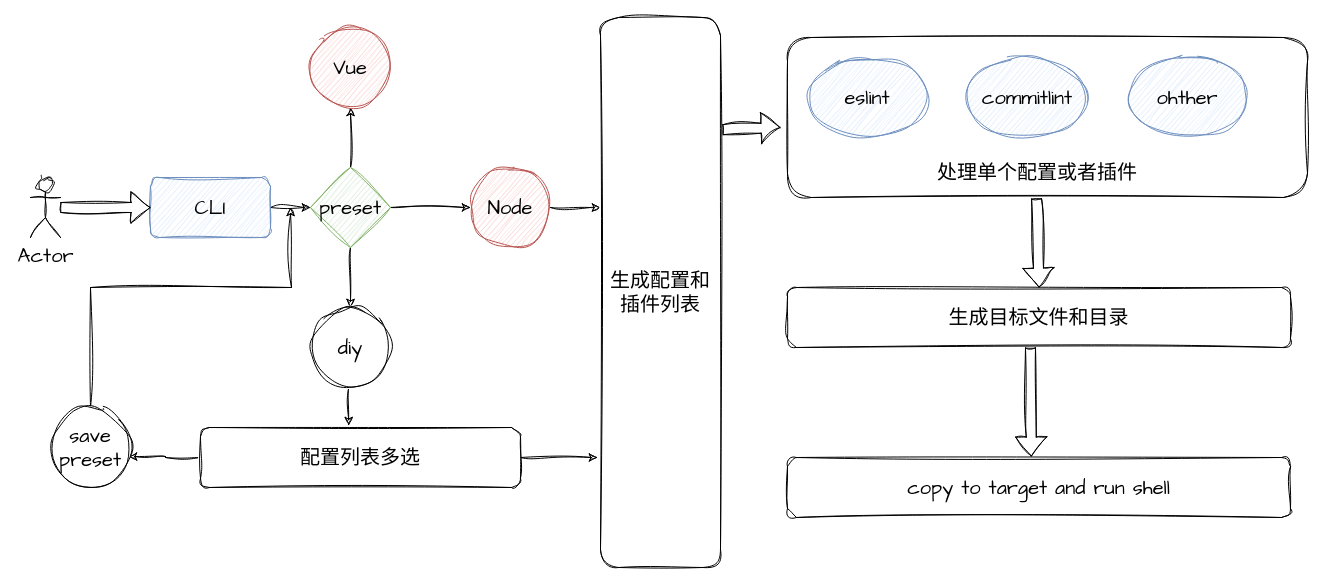
The draw.io diagram .drawio in cc-cherry/carry-cli, before the edit. Source tidied: cells renumbered, new cells numbered last; positions are measured from the earlier drawing's top-left corner, leaving out a move shared by most shapes. Both pictures are drawn from the tidied source at 100%, with x=0, y=0 at pixel (30, 17).
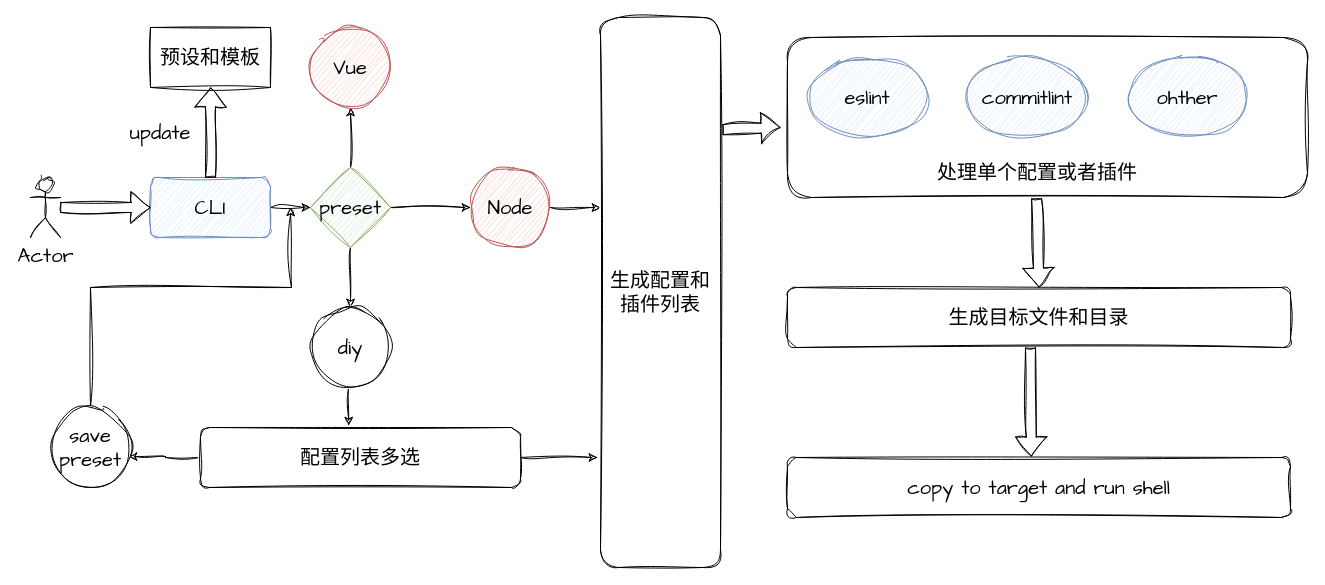
Above is the later version.

Unchanged cells that the change refers to:
```xml
<mxCell id="3" value="CLI" style="rounded=1;whiteSpace=wrap;html=1;sketch=1;hachureGap=4;jiggle=2;curveFitting=1;fontFamily=Architects Daughter;fontSize=20;fillColor=#dae8fc;strokeColor=#6c8ebf;" parent="1" vertex="1">
  <mxGeometry x="120" y="160" width="120" height="60" as="geometry" />
</mxCell>
```

What changed in the source:
```diff
@@
+    <mxCell id="32" value="预设和模板" style="rounded=0;whiteSpace=wrap;html=1;sketch=1;hachureGap=4;jiggle=2;curveFitting=1;fontFamily=Architects Daughter;fontSize=20;" parent="1" vertex="1">
+      <mxGeometry x="120" y="10" width="120" height="60" as="geometry" />
+    </mxCell>
+    <mxCell id="33" value="update" style="text;html=1;strokeColor=none;fillColor=none;align=center;verticalAlign=middle;whiteSpace=wrap;rounded=0;fontSize=20;fontFamily=Architects Daughter;" parent="1" vertex="1">
+      <mxGeometry x="100" y="100" width="60" height="30" as="geometry" />
+    </mxCell>
+    <mxCell id="34" style="shape=flexArrow;endArrow=classic;html=1;rounded=0;sketch=1;hachureGap=4;jiggle=2;curveFitting=1;fontFamily=Architects Daughter;fontSize=16;exitX=0.5;exitY=0;exitDx=0;exitDy=0;entryX=0.5;entryY=1;entryDx=0;entryDy=0;" parent="1" edge="1" source="3" target="32">
+      <mxGeometry relative="1" as="geometry" />
+    </mxCell>
```
